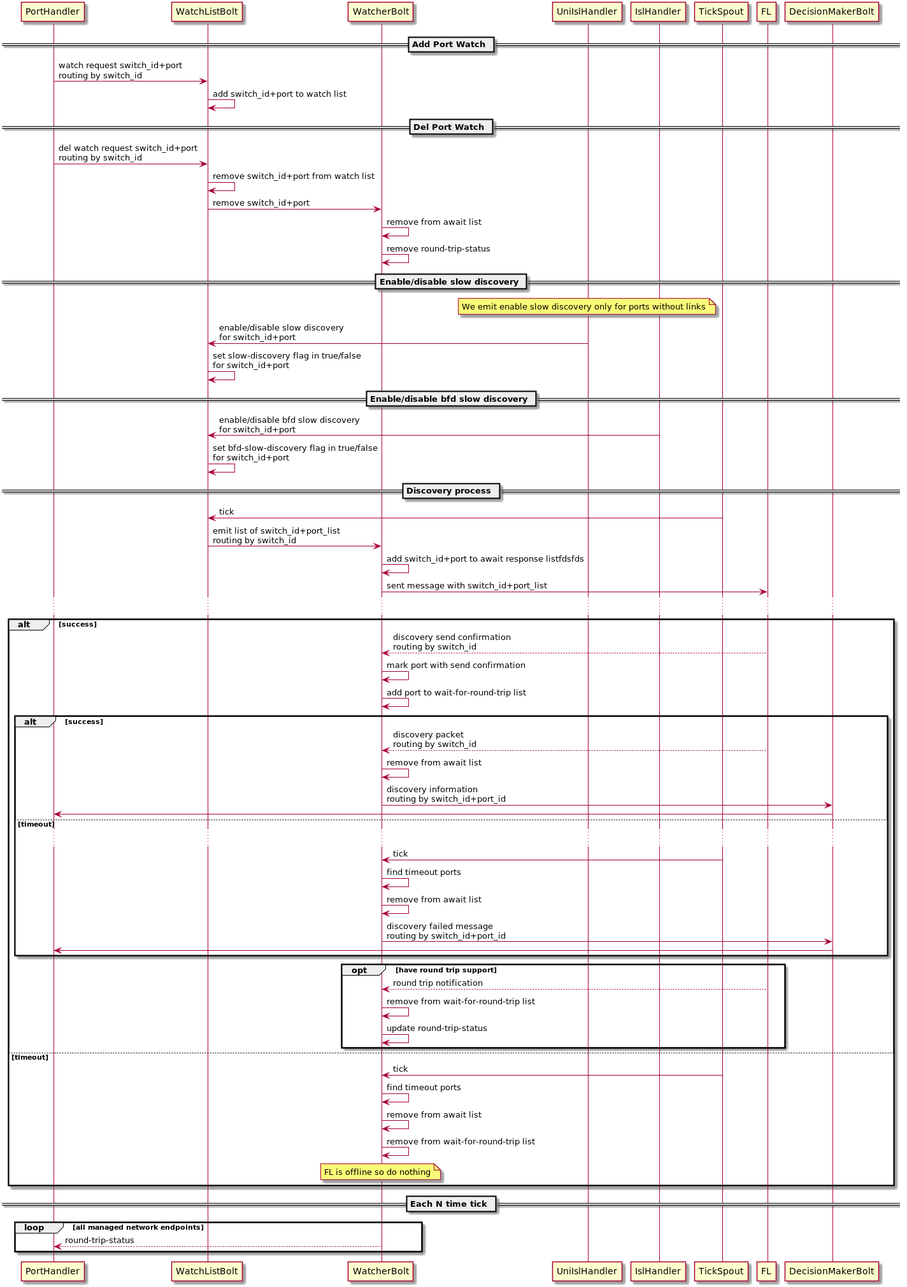
telstra/open-kilda keeps this PlantUML diagram as docs/design/network-discovery/discovery-sequence.png. Above is the earlier version. The source it was exported from:
```plantuml
@startuml

== Add Port Watch ==
PortHandler -> WatchListBolt: watch request switch_id+port\nrouting by switch_id
WatchListBolt -> WatchListBolt: add switch_id+port to watch list

== Del Port Watch ==
PortHandler -> WatchListBolt: del watch request switch_id+port\nrouting by switch_id
WatchListBolt -> WatchListBolt: remove switch_id+port from watch list
WatchListBolt -> WatcherBolt: remove switch_id+port
WatcherBolt -> WatcherBolt: remove from await list
WatcherBolt -> WatcherBolt: remove round-trip-status

== Enable/disable slow discovery ==
note over UniIslHandler
	We emit enable slow discovery only for ports without links
end note
UniIslHandler -> WatchListBolt: enable/disable slow discovery\nfor switch_id+port
WatchListBolt -> WatchListBolt: set slow-discovery flag in true/false\nfor switch_id+port

== Enable/disable bfd slow discovery ==
IslHandler -> WatchListBolt: enable/disable bfd slow discovery\nfor switch_id+port
WatchListBolt -> WatchListBolt: set bfd-slow-discovery flag in true/false\nfor switch_id+port

== Discovery process ==
TickSpout -> WatchListBolt: tick
WatchListBolt -> WatcherBolt: emit list of switch_id+port_list\nrouting by switch_id

WatcherBolt -> WatcherBolt: add switch_id+port to await response listfdsfds
WatcherBolt -> FL: sent message with switch_id+port_list
...
alt success
FL --> WatcherBolt: discovery send confirmation\nrouting by switch_id
WatcherBolt -> WatcherBolt: mark port with send confirmation
WatcherBolt -> WatcherBolt: add port to wait-for-round-trip list
    alt success
    FL --> WatcherBolt: discovery packet\nrouting by switch_id
    WatcherBolt -> WatcherBolt: remove from await list
    WatcherBolt -> DecisionMakerBolt: discovery information\nrouting by switch_id+port_id
    DecisionMakerBolt -> PortHandler

    else timeout
    ...
    TickSpout -> WatcherBolt: tick
    WatcherBolt -> WatcherBolt: find timeout ports
    WatcherBolt -> WatcherBolt: remove from await list
    WatcherBolt -> DecisionMakerBolt: discovery failed message\nrouting by switch_id+port_id
    DecisionMakerBolt -> PortHandler
    end alt

    opt have round trip support
        FL --> WatcherBolt: round trip notification
        WatcherBolt -> WatcherBolt: remove from wait-for-round-trip list
        WatcherBolt -> WatcherBolt: update round-trip-status
    end opt
else timeout
TickSpout -> WatcherBolt: tick
WatcherBolt -> WatcherBolt: find timeout ports
WatcherBolt -> WatcherBolt: remove from await list
WatcherBolt -> WatcherBolt: remove from wait-for-round-trip list
note over WatcherBolt
	FL is offline so do nothing
end note

end

== Each N time tick ==
loop all managed network endpoints
    WatcherBolt --> PortHandler: round-trip-status
end loop

@enduml
```
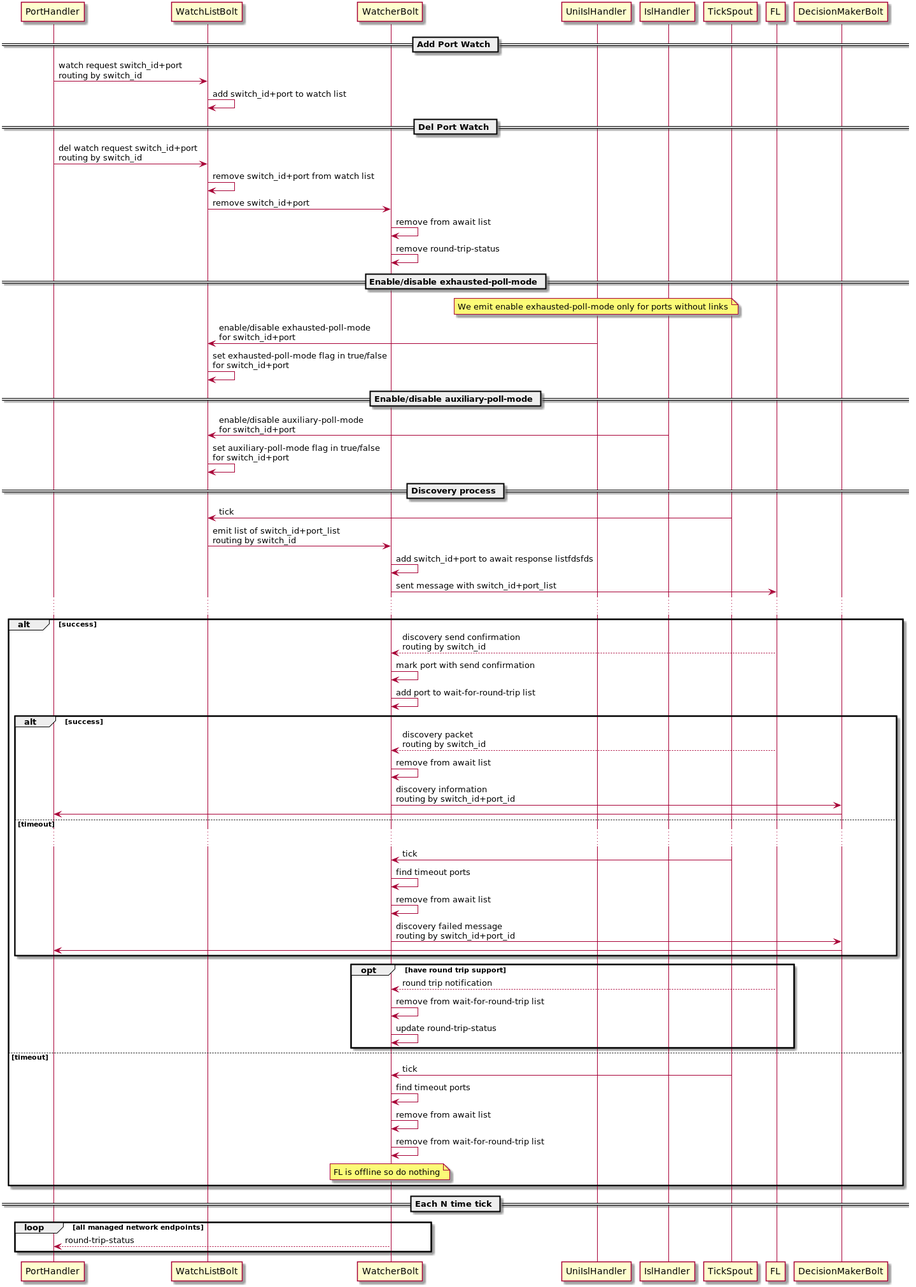
Above is the later version.

What changed in the source:
```diff
@@ -11,16 +11,16 @@
 WatcherBolt -> WatcherBolt: remove from await list
 WatcherBolt -> WatcherBolt: remove round-trip-status
 
-== Enable/disable slow discovery ==
+== Enable/disable exhausted-poll-mode ==
 note over UniIslHandler
-	We emit enable slow discovery only for ports without links
+	We emit enable exhausted-poll-mode only for ports without links
 end note
-UniIslHandler -> WatchListBolt: enable/disable slow discovery\nfor switch_id+port
-WatchListBolt -> WatchListBolt: set slow-discovery flag in true/false\nfor switch_id+port
+UniIslHandler -> WatchListBolt: enable/disable exhausted-poll-mode\nfor switch_id+port
+WatchListBolt -> WatchListBolt: set exhausted-poll-mode flag in true/false\nfor switch_id+port
 
-== Enable/disable bfd slow discovery ==
-IslHandler -> WatchListBolt: enable/disable bfd slow discovery\nfor switch_id+port
-WatchListBolt -> WatchListBolt: set bfd-slow-discovery flag in true/false\nfor switch_id+port
+== Enable/disable auxiliary-poll-mode ==
+IslHandler -> WatchListBolt: enable/disable auxiliary-poll-mode\nfor switch_id+port
+WatchListBolt -> WatchListBolt: set auxiliary-poll-mode flag in true/false\nfor switch_id+port
 
 == Discovery process ==
 TickSpout -> WatchListBolt: tick
```
